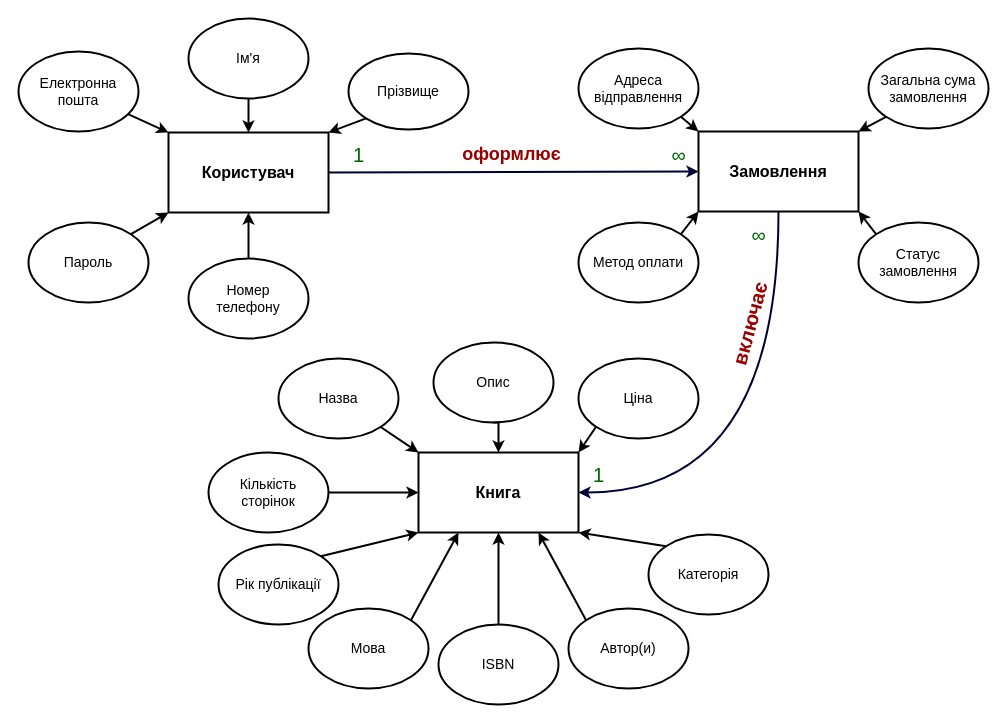
Before: Інфологічне проектування "Книжкового магазину".drawio in AnnaLiulkova/DB-Book_Store, a draw.io diagram. Source tidied: cells renumbered, new cells numbered last; positions are measured from the earlier drawing's top-left corner, leaving out a move shared by most shapes. Both pictures are drawn from the tidied source at 100%, with x=0, y=0 at pixel (18, 18).
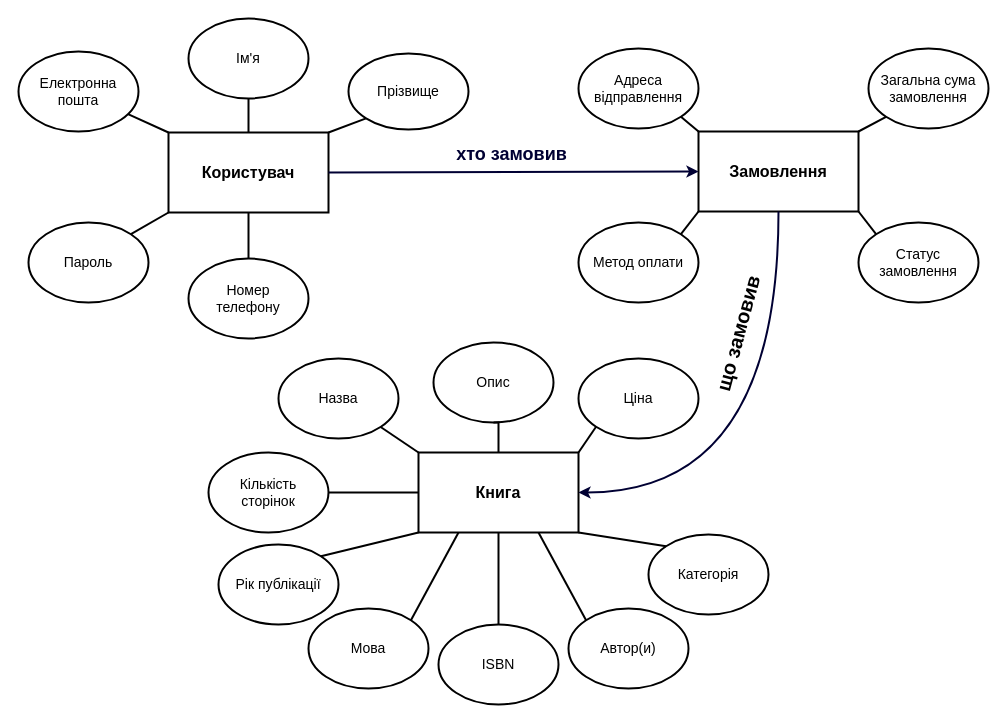
Above is the later version.

The change refers to these unchanged cells:
```xml
<mxCell id="2" value="&lt;font style=&quot;font-size: 16px;&quot;&gt;&lt;b&gt;Замовлення&lt;/b&gt;&lt;/font&gt;" style="rounded=0;whiteSpace=wrap;html=1;fillColor=none;strokeWidth=2;" parent="1" vertex="1">
  <mxGeometry x="680" y="113" width="160" height="80" as="geometry" />
</mxCell>
<mxCell id="3" value="&lt;font style=&quot;font-size: 14px;&quot;&gt;Адреса відправлення&lt;/font&gt;" style="ellipse;whiteSpace=wrap;html=1;fillColor=none;strokeWidth=2;" parent="1" vertex="1">
  <mxGeometry x="560" y="30" width="120" height="80" as="geometry" />
</mxCell>
<mxCell id="4" value="&lt;font style=&quot;font-size: 14px;&quot;&gt;Загальна сума замовлення&lt;/font&gt;" style="ellipse;whiteSpace=wrap;html=1;fillColor=none;strokeWidth=2;" parent="1" vertex="1">
  <mxGeometry x="850" y="30" width="120" height="80" as="geometry" />
</mxCell>
<mxCell id="5" value="&lt;font style=&quot;font-size: 14px;&quot;&gt;Статус замовлення&lt;/font&gt;" style="ellipse;whiteSpace=wrap;html=1;fillColor=none;strokeWidth=2;" parent="1" vertex="1">
  <mxGeometry x="840" y="204" width="120" height="80" as="geometry" />
</mxCell>
<mxCell id="6" value="&lt;font style=&quot;font-size: 14px;&quot;&gt;Метод оплати&lt;/font&gt;" style="ellipse;whiteSpace=wrap;html=1;fillColor=none;strokeWidth=2;" parent="1" vertex="1">
  <mxGeometry x="560" y="204" width="120" height="80" as="geometry" />
</mxCell>
<mxCell id="11" value="&lt;font style=&quot;font-size: 16px;&quot;&gt;&lt;b&gt;Користувач&lt;/b&gt;&lt;/font&gt;" style="rounded=0;whiteSpace=wrap;html=1;fillColor=none;strokeWidth=2;" parent="1" vertex="1">
  <mxGeometry x="150" y="114" width="160" height="80" as="geometry" />
</mxCell>
<mxCell id="12" value="&lt;font style=&quot;font-size: 14px;&quot;&gt;Електронна&lt;br&gt;пошта&lt;/font&gt;" style="ellipse;whiteSpace=wrap;html=1;fillColor=none;strokeWidth=2;" parent="1" vertex="1">
  <mxGeometry y="33" width="120" height="80" as="geometry" />
</mxCell>
<mxCell id="13" value="&lt;font style=&quot;font-size: 14px;&quot;&gt;Ім'я&lt;/font&gt;" style="ellipse;whiteSpace=wrap;html=1;fillColor=none;strokeWidth=2;" parent="1" vertex="1">
  <mxGeometry x="170" width="120" height="80" as="geometry" />
</mxCell>
<mxCell id="14" value="&lt;font style=&quot;font-size: 14px;&quot;&gt;Прізвище&lt;/font&gt;" style="ellipse;whiteSpace=wrap;html=1;fillColor=none;strokeWidth=2;" parent="1" vertex="1">
  <mxGeometry x="330" y="35" width="120" height="76" as="geometry" />
</mxCell>
<mxCell id="15" value="&lt;font style=&quot;font-size: 14px;&quot;&gt;Пароль&lt;/font&gt;" style="ellipse;whiteSpace=wrap;html=1;fillColor=none;strokeWidth=2;" parent="1" vertex="1">
  <mxGeometry x="10" y="204" width="120" height="80" as="geometry" />
</mxCell>
<mxCell id="20" value="&lt;font style=&quot;font-size: 14px;&quot;&gt;Номер &lt;br&gt;телефону&lt;/font&gt;" style="ellipse;whiteSpace=wrap;html=1;fillColor=none;strokeWidth=2;" parent="1" vertex="1">
  <mxGeometry x="170" y="240" width="120" height="80" as="geometry" />
</mxCell>
<mxCell id="22" value="&lt;font style=&quot;font-size: 16px;&quot;&gt;&lt;b&gt;Книга&lt;/b&gt;&lt;/font&gt;" style="rounded=0;whiteSpace=wrap;html=1;fillColor=none;strokeWidth=2;" parent="1" vertex="1">
  <mxGeometry x="400" y="434" width="160" height="80" as="geometry" />
</mxCell>
<mxCell id="23" value="&lt;span style=&quot;font-size: 14px;&quot;&gt;Назва&lt;/span&gt;" style="ellipse;whiteSpace=wrap;html=1;fillColor=none;strokeWidth=2;" parent="1" vertex="1">
  <mxGeometry x="260" y="340" width="120" height="80" as="geometry" />
</mxCell>
<mxCell id="24" value="&lt;font style=&quot;font-size: 14px;&quot;&gt;Ціна&lt;/font&gt;" style="ellipse;whiteSpace=wrap;html=1;fillColor=none;strokeWidth=2;" parent="1" vertex="1">
  <mxGeometry x="560" y="340" width="120" height="80" as="geometry" />
</mxCell>
<mxCell id="25" value="&lt;font style=&quot;font-size: 14px;&quot;&gt;Автор(и)&lt;/font&gt;" style="ellipse;whiteSpace=wrap;html=1;fillColor=none;strokeWidth=2;" parent="1" vertex="1">
  <mxGeometry x="550" y="590" width="120" height="80" as="geometry" />
</mxCell>
<mxCell id="26" value="&lt;font style=&quot;font-size: 14px;&quot;&gt;Рік публікації&lt;/font&gt;" style="ellipse;whiteSpace=wrap;html=1;fillColor=none;strokeWidth=2;" parent="1" vertex="1">
  <mxGeometry x="200" y="526" width="120" height="80" as="geometry" />
</mxCell>
<mxCell id="31" value="&lt;span style=&quot;font-size: 14px;&quot;&gt;Мова&lt;/span&gt;" style="ellipse;whiteSpace=wrap;html=1;fillColor=none;strokeWidth=2;" parent="1" vertex="1">
  <mxGeometry x="290" y="590" width="120" height="80" as="geometry" />
</mxCell>
<mxCell id="34" value="&lt;font style=&quot;font-size: 14px;&quot;&gt;Опис&lt;/font&gt;" style="ellipse;whiteSpace=wrap;html=1;fillColor=none;strokeWidth=2;" parent="1" vertex="1">
  <mxGeometry x="415" y="324" width="120" height="80" as="geometry" />
</mxCell>
<mxCell id="36" value="&lt;font style=&quot;font-size: 14px;&quot;&gt;Кількість &lt;br&gt;сторінок&lt;/font&gt;" style="ellipse;whiteSpace=wrap;html=1;fillColor=none;strokeWidth=2;" parent="1" vertex="1">
  <mxGeometry x="190" y="434" width="120" height="80" as="geometry" />
</mxCell>
<mxCell id="37" value="&lt;font style=&quot;font-size: 14px;&quot;&gt;Категорія&lt;/font&gt;" style="ellipse;whiteSpace=wrap;html=1;fillColor=none;strokeWidth=2;" parent="1" vertex="1">
  <mxGeometry x="630" y="516" width="120" height="80" as="geometry" />
</mxCell>
<mxCell id="38" value="&lt;font style=&quot;font-size: 14px;&quot;&gt;ISBN&lt;/font&gt;" style="ellipse;whiteSpace=wrap;html=1;fillColor=none;strokeWidth=2;" parent="1" vertex="1">
  <mxGeometry x="420" y="606" width="120" height="80" as="geometry" />
</mxCell>
```

What changed in the source:
```diff
@@
-    <mxCell id="7" style="endArrow=classic;html=1;rounded=0;exitX=1;exitY=1;exitDx=0;exitDy=0;entryX=0;entryY=0;entryDx=0;entryDy=0;strokeWidth=2;" parent="1" edge="1" source="3" target="2">
+    <mxCell id="7" style="endArrow=none;html=1;rounded=0;exitX=1;exitY=1;exitDx=0;exitDy=0;entryX=0;entryY=0;entryDx=0;entryDy=0;strokeWidth=2;endFill=0;" parent="1" edge="1" source="3" target="2">
       <mxGeometry relative="1" as="geometry" />
     </mxCell>
-    <mxCell id="8" style="endArrow=classic;html=1;rounded=0;exitX=1;exitY=0;exitDx=0;exitDy=0;entryX=0;entryY=1;entryDx=0;entryDy=0;strokeWidth=2;" parent="1" edge="1" source="6" target="2">
+    <mxCell id="8" style="endArrow=none;html=1;rounded=0;exitX=1;exitY=0;exitDx=0;exitDy=0;entryX=0;entryY=1;entryDx=0;entryDy=0;strokeWidth=2;endFill=0;" parent="1" edge="1" source="6" target="2">
       <mxGeometry relative="1" as="geometry" />
     </mxCell>
-    <mxCell id="9" style="endArrow=classic;html=1;rounded=0;exitX=0;exitY=0;exitDx=0;exitDy=0;entryX=1;entryY=1;entryDx=0;entryDy=0;strokeWidth=2;" parent="1" edge="1" source="5" target="2">
+    <mxCell id="9" style="endArrow=none;html=1;rounded=0;exitX=0;exitY=0;exitDx=0;exitDy=0;entryX=1;entryY=1;entryDx=0;entryDy=0;strokeWidth=2;endFill=0;" parent="1" edge="1" source="5" target="2">
       <mxGeometry relative="1" as="geometry" />
     </mxCell>
-    <mxCell id="10" style="endArrow=classic;html=1;rounded=0;exitX=0;exitY=1;exitDx=0;exitDy=0;entryX=1;entryY=0;entryDx=0;entryDy=0;strokeWidth=2;" parent="1" edge="1" source="4" target="2">
+    <mxCell id="10" style="endArrow=none;html=1;rounded=0;exitX=0;exitY=1;exitDx=0;exitDy=0;entryX=1;entryY=0;entryDx=0;entryDy=0;strokeWidth=2;endFill=0;" parent="1" edge="1" source="4" target="2">
       <mxGeometry relative="1" as="geometry" />
     </mxCell>
@@
-    <mxCell id="16" style="endArrow=classic;html=1;rounded=0;entryX=0;entryY=0;entryDx=0;entryDy=0;strokeWidth=2;" parent="1" edge="1" source="12" target="11">
+    <mxCell id="16" style="endArrow=none;html=1;rounded=0;entryX=0;entryY=0;entryDx=0;entryDy=0;strokeWidth=2;endFill=0;" parent="1" edge="1" source="12" target="11">
       <mxGeometry relative="1" as="geometry" />
     </mxCell>
-    <mxCell id="17" style="endArrow=classic;html=1;rounded=0;exitX=1;exitY=0;exitDx=0;exitDy=0;entryX=0;entryY=1;entryDx=0;entryDy=0;strokeWidth=2;" parent="1" edge="1" source="15" target="11">
+    <mxCell id="17" style="endArrow=none;html=1;rounded=0;exitX=1;exitY=0;exitDx=0;exitDy=0;entryX=0;entryY=1;entryDx=0;entryDy=0;strokeWidth=2;endFill=0;" parent="1" edge="1" source="15" target="11">
       <mxGeometry relative="1" as="geometry" />
     </mxCell>
-    <mxCell id="18" style="endArrow=classic;html=1;rounded=0;exitX=0;exitY=1;exitDx=0;exitDy=0;strokeWidth=2;entryX=1;entryY=0;entryDx=0;entryDy=0;" parent="1" edge="1" source="14" target="11">
+    <mxCell id="18" style="endArrow=none;html=1;rounded=0;exitX=0;exitY=1;exitDx=0;exitDy=0;strokeWidth=2;entryX=1;entryY=0;entryDx=0;entryDy=0;endFill=0;" parent="1" edge="1" source="14" target="11">
       <mxGeometry relative="1" as="geometry" />
     </mxCell>
-    <mxCell id="19" style="endArrow=classic;html=1;rounded=0;exitX=0.5;exitY=1;exitDx=0;exitDy=0;entryX=0.5;entryY=0;entryDx=0;entryDy=0;strokeWidth=2;" parent="1" edge="1" source="13" target="11">
+    <mxCell id="19" style="endArrow=none;html=1;rounded=0;exitX=0.5;exitY=1;exitDx=0;exitDy=0;entryX=0.5;entryY=0;entryDx=0;entryDy=0;strokeWidth=2;endFill=0;startArrow=none;startFill=0;" parent="1" edge="1" source="13" target="11">
       <mxGeometry relative="1" as="geometry" />
     </mxCell>
@@
-    <mxCell id="21" style="endArrow=classic;html=1;rounded=0;exitX=0.5;exitY=0;exitDx=0;exitDy=0;entryX=0.5;entryY=1;entryDx=0;entryDy=0;strokeWidth=2;" parent="1" edge="1" source="20" target="11">
+    <mxCell id="21" style="endArrow=none;html=1;rounded=0;exitX=0.5;exitY=0;exitDx=0;exitDy=0;entryX=0.5;entryY=1;entryDx=0;entryDy=0;strokeWidth=2;endFill=0;" parent="1" edge="1" source="20" target="11">
       <mxGeometry relative="1" as="geometry" />
     </mxCell>
@@
-    <mxCell id="27" style="endArrow=classic;html=1;rounded=0;entryX=0;entryY=0;entryDx=0;entryDy=0;strokeWidth=2;" parent="1" edge="1" source="23" target="22">
+    <mxCell id="27" style="endArrow=none;html=1;rounded=0;entryX=0;entryY=0;entryDx=0;entryDy=0;strokeWidth=2;endFill=0;" parent="1" edge="1" source="23" target="22">
       <mxGeometry relative="1" as="geometry" />
     </mxCell>
-    <mxCell id="28" style="endArrow=classic;html=1;rounded=0;exitX=1;exitY=0;exitDx=0;exitDy=0;entryX=0;entryY=1;entryDx=0;entryDy=0;strokeWidth=2;" parent="1" edge="1" source="26" target="22">
+    <mxCell id="28" style="endArrow=none;html=1;rounded=0;exitX=1;exitY=0;exitDx=0;exitDy=0;entryX=0;entryY=1;entryDx=0;entryDy=0;strokeWidth=2;endFill=0;" parent="1" edge="1" source="26" target="22">
       <mxGeometry relative="1" as="geometry" />
     </mxCell>
-    <mxCell id="29" style="endArrow=classic;html=1;rounded=0;exitX=0;exitY=0;exitDx=0;exitDy=0;entryX=0.75;entryY=1;entryDx=0;entryDy=0;strokeWidth=2;" parent="1" edge="1" source="25" target="22">
+    <mxCell id="29" style="endArrow=none;html=1;rounded=0;exitX=0;exitY=0;exitDx=0;exitDy=0;entryX=0.75;entryY=1;entryDx=0;entryDy=0;strokeWidth=2;endFill=0;" parent="1" edge="1" source="25" target="22">
       <mxGeometry relative="1" as="geometry" />
     </mxCell>
-    <mxCell id="30" style="endArrow=classic;html=1;rounded=0;exitX=0;exitY=1;exitDx=0;exitDy=0;entryX=1;entryY=0;entryDx=0;entryDy=0;strokeWidth=2;" parent="1" edge="1" source="24" target="22">
+    <mxCell id="30" style="endArrow=none;html=1;rounded=0;exitX=0;exitY=1;exitDx=0;exitDy=0;entryX=1;entryY=0;entryDx=0;entryDy=0;strokeWidth=2;endFill=0;" parent="1" edge="1" source="24" target="22">
       <mxGeometry relative="1" as="geometry" />
     </mxCell>
@@
-    <mxCell id="32" style="endArrow=classic;html=1;rounded=0;exitX=1;exitY=0;exitDx=0;exitDy=0;entryX=0.25;entryY=1;entryDx=0;entryDy=0;strokeWidth=2;" parent="1" edge="1" source="31" target="22">
+    <mxCell id="32" style="endArrow=none;html=1;rounded=0;exitX=1;exitY=0;exitDx=0;exitDy=0;entryX=0.25;entryY=1;entryDx=0;entryDy=0;strokeWidth=2;endFill=0;" parent="1" edge="1" source="31" target="22">
       <mxGeometry relative="1" as="geometry" />
     </mxCell>
-    <mxCell id="33" style="edgeStyle=orthogonalEdgeStyle;rounded=0;jettySize=auto;html=1;exitX=0.5;exitY=1;exitDx=0;exitDy=0;entryX=0.5;entryY=0;entryDx=0;entryDy=0;strokeWidth=2;" parent="1" edge="1" source="34" target="22">
+    <mxCell id="33" style="edgeStyle=orthogonalEdgeStyle;rounded=0;jettySize=auto;html=1;exitX=0.5;exitY=1;exitDx=0;exitDy=0;entryX=0.5;entryY=0;entryDx=0;entryDy=0;strokeWidth=2;endArrow=none;endFill=0;" parent="1" edge="1" source="34" target="22">
       <mxGeometry relative="1" as="geometry" />
     </mxCell>
@@
-    <mxCell id="35" style="edgeStyle=orthogonalEdgeStyle;rounded=0;jettySize=auto;html=1;exitX=1;exitY=0.5;exitDx=0;exitDy=0;entryX=0;entryY=0.5;entryDx=0;entryDy=0;strokeWidth=2;" parent="1" edge="1" source="36" target="22">
+    <mxCell id="35" style="edgeStyle=orthogonalEdgeStyle;rounded=0;jettySize=auto;html=1;exitX=1;exitY=0.5;exitDx=0;exitDy=0;entryX=0;entryY=0.5;entryDx=0;entryDy=0;strokeWidth=2;endArrow=none;endFill=0;" parent="1" edge="1" source="36" target="22">
       <mxGeometry relative="1" as="geometry" />
     </mxCell>
@@
-    <mxCell id="39" style="endArrow=classic;html=1;rounded=0;exitX=0.5;exitY=0;exitDx=0;exitDy=0;strokeWidth=2;entryX=0.5;entryY=1;entryDx=0;entryDy=0;" parent="1" edge="1" source="38" target="22">
+    <mxCell id="39" style="endArrow=none;html=1;rounded=0;exitX=0.5;exitY=0;exitDx=0;exitDy=0;strokeWidth=2;entryX=0.5;entryY=1;entryDx=0;entryDy=0;endFill=0;" parent="1" edge="1" source="38" target="22">
       <mxGeometry relative="1" as="geometry" />
     </mxCell>
-    <mxCell id="40" style="endArrow=classic;html=1;rounded=0;exitX=1;exitY=0.5;exitDx=0;exitDy=0;entryX=0;entryY=0.5;entryDx=0;entryDy=0;strokeWidth=2;strokeColor=#000033;" parent="1" edge="1" source="11" target="2">
+    <mxCell id="40" style="endArrow=classic;html=1;rounded=0;exitX=1;exitY=0.5;exitDx=0;exitDy=0;entryX=0;entryY=0.5;entryDx=0;entryDy=0;strokeWidth=2;strokeColor=#000033;endFill=1;" parent="1" edge="1" source="11" target="2">
       <mxGeometry relative="1" as="geometry" />
     </mxCell>
-    <mxCell id="41" value="&lt;font style=&quot;font-size: 18px;&quot;&gt;&lt;b style=&quot;&quot;&gt;оформлює&lt;/b&gt;&lt;/font&gt;" style="edgeLabel;html=1;align=center;verticalAlign=middle;fontColor=#990000;" parent="40" vertex="1">
+    <mxCell id="41" value="&lt;font style=&quot;font-size: 18px; color: rgb(0, 0, 51);&quot;&gt;&lt;b style=&quot;&quot;&gt;хто замовив&lt;/b&gt;&lt;/font&gt;" style="edgeLabel;html=1;align=center;verticalAlign=middle;fontColor=#990000;" parent="40" vertex="1">
       <mxGeometry x="-0.01" y="1" relative="1" as="geometry">
         <mxPoint y="-17" as="offset" />
       </mxGeometry>
     </mxCell>
-    <mxCell id="42" value="1" style="edgeLabel;html=1;align=center;verticalAlign=middle;fontSize=20;fontColor=#006600;" parent="40" vertex="1">
-      <mxGeometry x="-0.87" y="2" relative="1" as="geometry">
-        <mxPoint x="6" y="-16" as="offset" />
-      </mxGeometry>
-    </mxCell>
-    <mxCell id="43" value="∞" style="edgeLabel;html=1;align=center;verticalAlign=middle;fontSize=20;fontColor=#006600;" parent="40" vertex="1">
-      <mxGeometry x="-0.87" y="2" relative="1" as="geometry">
-        <mxPoint x="406" y="64" as="offset" />
-      </mxGeometry>
-    </mxCell>
-    <mxCell id="44" value="∞" style="edgeLabel;html=1;align=center;verticalAlign=middle;fontSize=20;fontColor=#006600;" parent="40" vertex="1">
-      <mxGeometry x="-0.87" y="2" relative="1" as="geometry">
-        <mxPoint x="326" y="-16" as="offset" />
-      </mxGeometry>
-    </mxCell>
-    <mxCell id="45" value="1" style="edgeLabel;html=1;align=center;verticalAlign=middle;fontSize=20;fontColor=#006600;" parent="40" vertex="1">
-      <mxGeometry x="-0.87" y="2" relative="1" as="geometry">
-        <mxPoint x="246" y="304" as="offset" />
-      </mxGeometry>
-    </mxCell>
-    <mxCell id="46" style="endArrow=classic;html=1;rounded=0;exitX=0;exitY=0;exitDx=0;exitDy=0;entryX=1;entryY=1;entryDx=0;entryDy=0;strokeWidth=2;" parent="1" edge="1" source="37" target="22">
+    <mxCell id="46" style="endArrow=none;html=1;rounded=0;exitX=0;exitY=0;exitDx=0;exitDy=0;entryX=1;entryY=1;entryDx=0;entryDy=0;strokeWidth=2;endFill=0;" parent="1" edge="1" source="37" target="22">
       <mxGeometry relative="1" as="geometry" />
     </mxCell>
-    <mxCell id="47" style="endArrow=classic;html=1;rounded=0;entryX=1;entryY=0.5;entryDx=0;entryDy=0;edgeStyle=orthogonalEdgeStyle;curved=1;strokeWidth=2;strokeColor=#000033;exitX=0.5;exitY=1;exitDx=0;exitDy=0;" parent="1" edge="1" source="2" target="22">
+    <mxCell id="47" style="endArrow=classic;html=1;rounded=0;entryX=1;entryY=0.5;entryDx=0;entryDy=0;edgeStyle=orthogonalEdgeStyle;curved=1;strokeWidth=2;strokeColor=#000033;exitX=0.5;exitY=1;exitDx=0;exitDy=0;endFill=1;" parent="1" edge="1" source="2" target="22">
       <mxGeometry relative="1" as="geometry" />
     </mxCell>
-    <mxCell id="48" value="&lt;font style=&quot;font-size: 20px;&quot;&gt;&lt;b style=&quot;&quot;&gt;включає&lt;/b&gt;&lt;/font&gt;" style="edgeLabel;html=1;align=center;verticalAlign=middle;fontColor=#990000;rotation=-75;" parent="1" vertex="1">
-      <mxGeometry x="730" y="306" as="geometry" />
+    <mxCell id="48" value="&lt;font style=&quot;font-size: 20px; color: rgb(0, 0, 0);&quot;&gt;&lt;b style=&quot;&quot;&gt;що замовив&lt;/b&gt;&lt;/font&gt;" style="edgeLabel;html=1;align=center;verticalAlign=middle;fontColor=#990000;rotation=-75;" parent="1" vertex="1">
+      <mxGeometry x="730" y="296" as="geometry">
+        <mxPoint x="-22.4" y="-6.4" as="offset" />
+      </mxGeometry>
     </mxCell>
```
